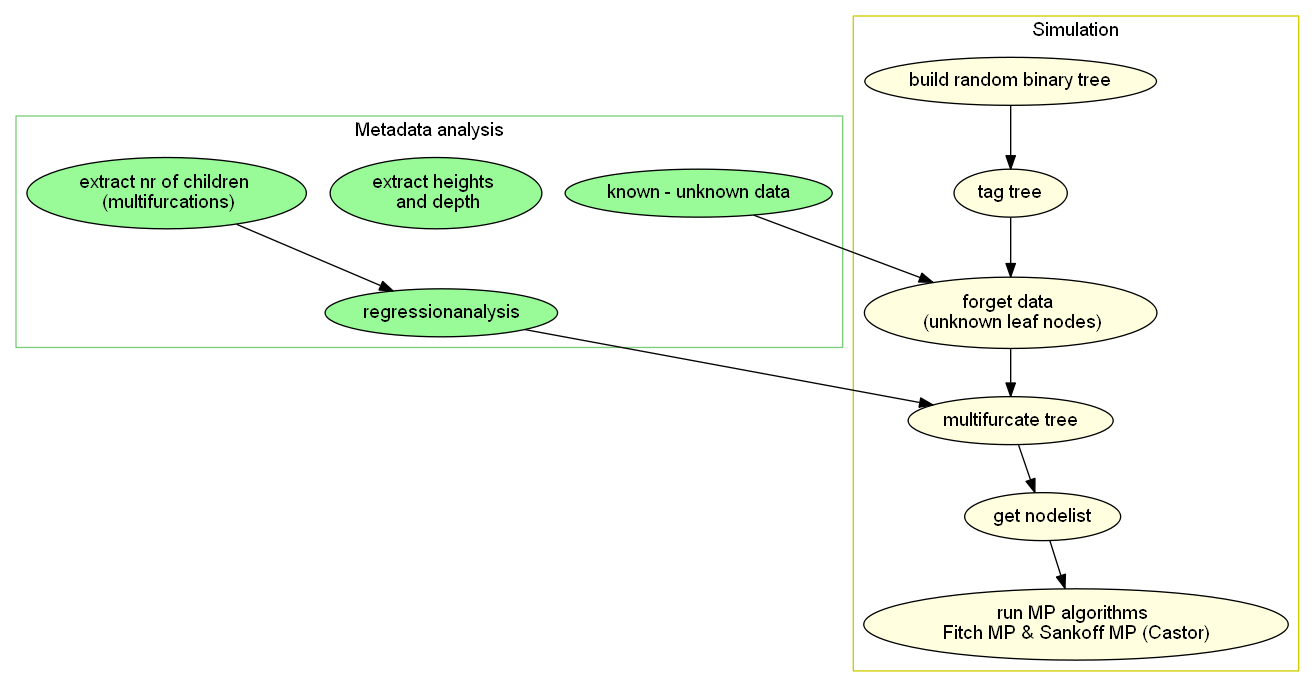
Earlier version of the Graphviz export Paper - Latex/Figures/Workflow-Simulation.png (Irallia/IZW-HU-Parasites). Its source is kept beside it as Paper - Latex/Figures/Workflow-Simulation.gv.
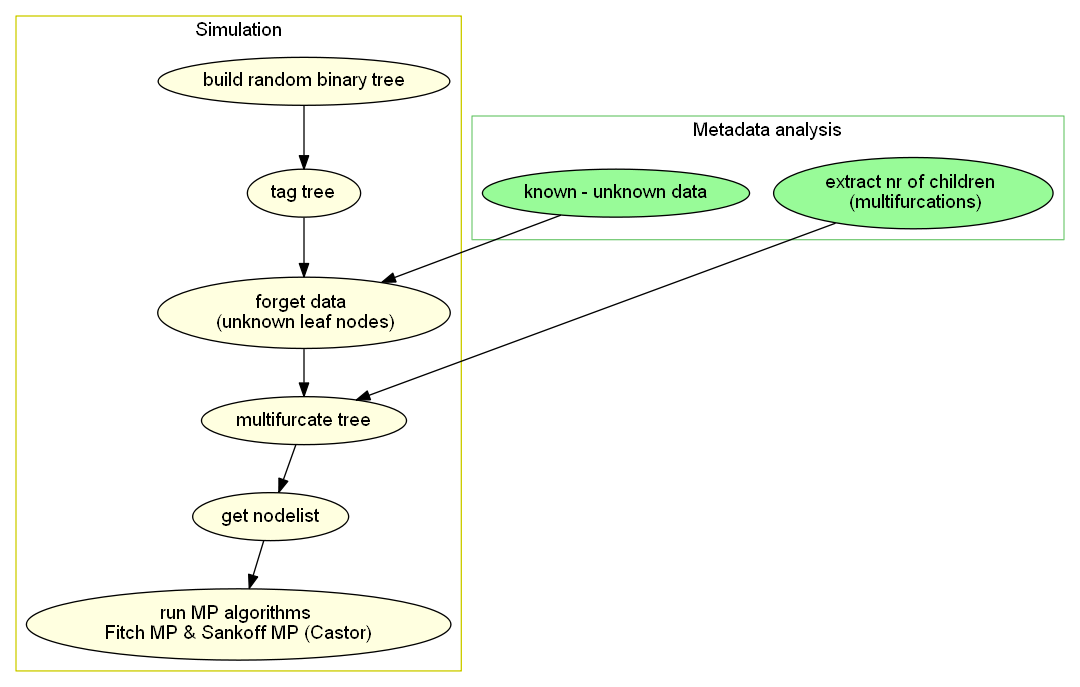
The same file after the commit.

Diff of the diagram source:
```diff
@@ -7,14 +7,11 @@
 		node [fillcolor=palegreen];
 		color=palegreen3
 		c0;
-		c1;
-		c2 -> c3;
+		c2;
 	}
 
 	c0 [label = "known - unknown data"]
-	c1 [label = "extract heights \n and depth"]
 	c2 [label = "extract nr of children \n (multifurcations)"]
-	c3 [label = "regressionanalysis"]
 
 	subgraph cluster_3 {
 		label = "Simulation";
@@ -31,6 +28,6 @@
 	d5 [label = "run MP algorithms \n Fitch MP & Sankoff MP (Castor) "]
 
 	c0 -> d2;
-	c3 -> d3;
+	c2 -> d3;
 
 }
```
